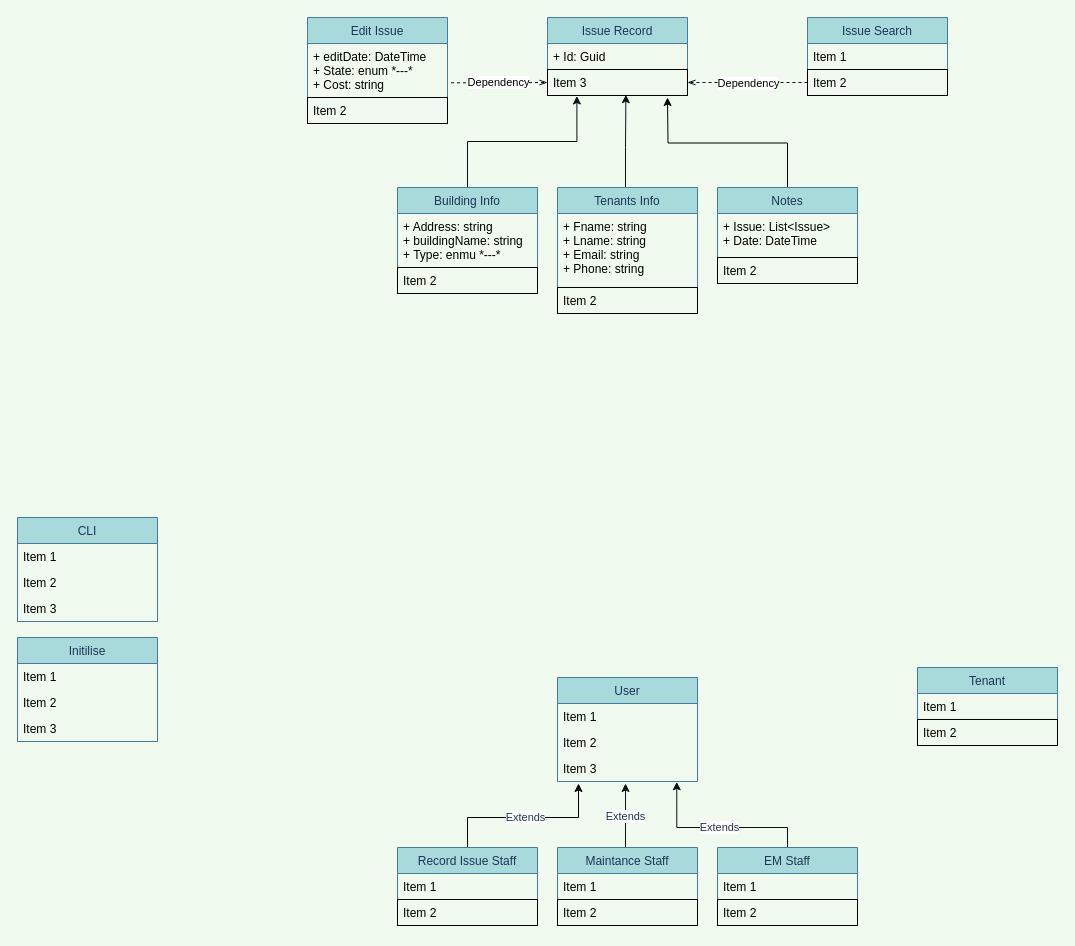
KAL17002493/BuildingManagement-System keeps this draw.io diagram as OtherStuff/ClassDiagram.drawio. Above is the earlier version. Source tidied: cells renumbered, new cells numbered last; positions are measured from the earlier drawing's top-left corner, leaving out a move shared by most shapes. Both pictures are drawn from the tidied source at 100%, with x=0, y=0 at pixel (17, 17).
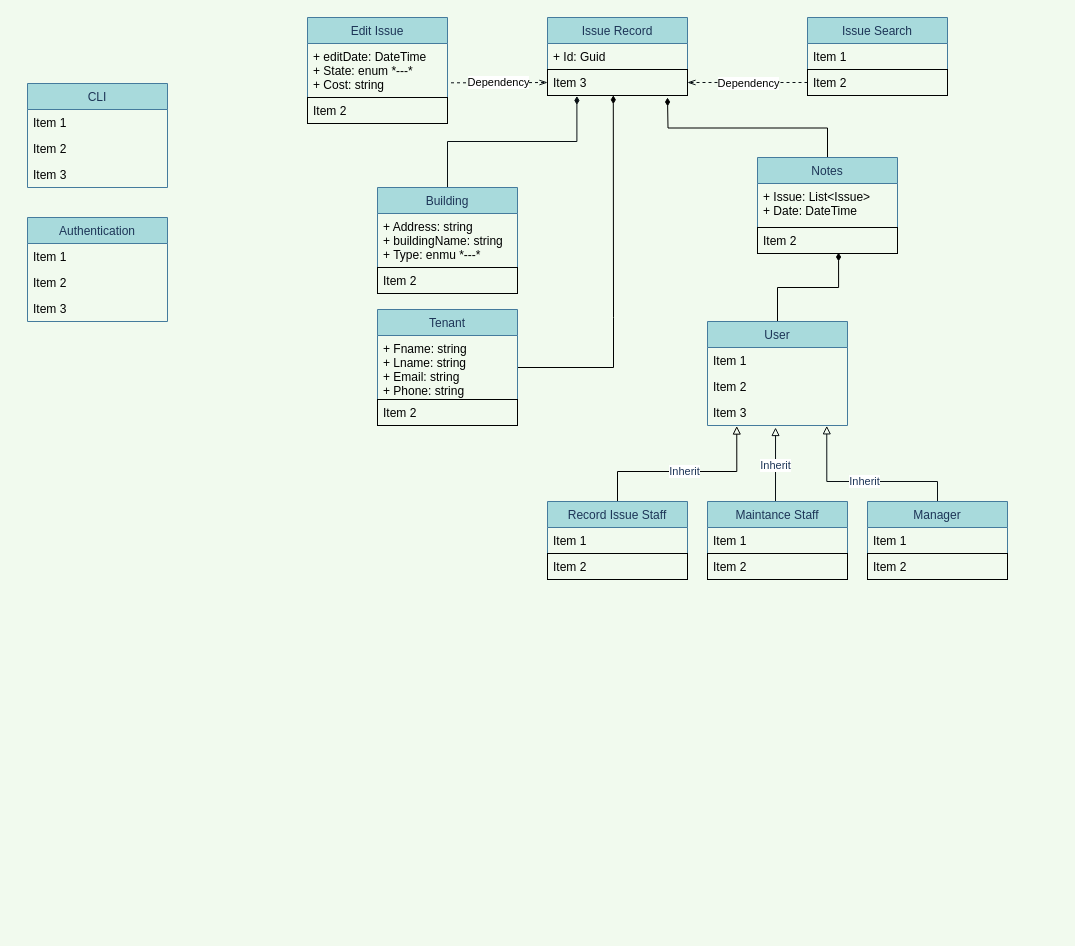
The same page after the edit.

Unchanged cells that the change refers to:
```xml
<mxCell id="20" value="Item 3" style="text;strokeColor=none;fillColor=none;align=left;verticalAlign=top;spacingLeft=4;spacingRight=4;overflow=hidden;points=[[0,0.5],[1,0.5]];portConstraint=eastwest;" parent="17" vertex="1">
  <mxGeometry y="78" width="140" height="26" as="geometry" />
</mxCell>
<mxCell id="23" value="Item 3" style="text;fillColor=none;align=left;verticalAlign=top;spacingLeft=4;spacingRight=4;overflow=hidden;points=[[0,0.5],[1,0.5]];portConstraint=eastwest;strokeColor=#000000;" parent="21" vertex="1">
  <mxGeometry y="52" width="140" height="26" as="geometry" />
</mxCell>
<mxCell id="42" value="Item 2" style="text;fillColor=none;align=left;verticalAlign=top;spacingLeft=4;spacingRight=4;overflow=hidden;points=[[0,0.5],[1,0.5]];portConstraint=eastwest;strokeColor=#000000;" parent="40" vertex="1">
  <mxGeometry y="70" width="140" height="26" as="geometry" />
</mxCell>
```

The edit, as a diff of the source:
```diff
@@
-    <mxCell id="2" value="Extends" style="edgeStyle=orthogonalEdgeStyle;rounded=0;sketch=0;jettySize=auto;html=1;exitX=0.5;exitY=0;exitDx=0;exitDy=0;fontColor=#1D3557;fillColor=#A8DADC;" parent="1" edge="1" source="3">
+    <mxCell id="2" value="Inherit" style="edgeStyle=orthogonalEdgeStyle;rounded=0;sketch=0;jettySize=auto;html=1;exitX=0.5;exitY=0;exitDx=0;exitDy=0;fontColor=#1D3557;fillColor=#A8DADC;entryX=0.209;entryY=1.021;entryDx=0;entryDy=0;entryPerimeter=0;endArrow=block;endFill=0;" parent="1" edge="1" source="3" target="20">
       <mxGeometry relative="1" as="geometry">
-        <mxPoint x="561" y="766" as="targetPoint" />
         <Array as="points">
-          <mxPoint x="450" y="800" />
-          <mxPoint x="561" y="800" />
+          <mxPoint x="600" y="454" />
+          <mxPoint x="719" y="454" />
         </Array>
       </mxGeometry>
     </mxCell>
     <mxCell id="3" value="Record Issue Staff" style="swimlane;fontStyle=0;horizontal=1;startSize=26;rounded=0;sketch=0;fontColor=#1D3557;strokeColor=#457B9D;fillColor=#A8DADC;" parent="1" vertex="1">
-      <mxGeometry x="380" y="830" width="140" height="78" as="geometry" />
+      <mxGeometry x="530" y="484" width="140" height="78" as="geometry" />
     </mxCell>
@@
-    <mxCell id="6" value="Extends" style="edgeStyle=orthogonalEdgeStyle;rounded=0;sketch=0;jettySize=auto;html=1;exitX=0.5;exitY=0;exitDx=0;exitDy=0;entryX=0.486;entryY=1.077;entryDx=0;entryDy=0;entryPerimeter=0;fontColor=#1D3557;fillColor=#A8DADC;strokeColor=#091014;" parent="1" edge="1" source="7" target="20">
+    <mxCell id="6" value="Inherit" style="edgeStyle=orthogonalEdgeStyle;rounded=0;sketch=0;jettySize=auto;html=1;exitX=0.5;exitY=0;exitDx=0;exitDy=0;entryX=0.486;entryY=1.077;entryDx=0;entryDy=0;entryPerimeter=0;fontColor=#1D3557;fillColor=#A8DADC;strokeColor=#091014;endArrow=block;endFill=0;" parent="1" edge="1" source="7" target="20">
       <mxGeometry relative="1" as="geometry">
         <Array as="points">
-          <mxPoint x="608" y="830" />
+          <mxPoint x="758" y="484" />
         </Array>
       </mxGeometry>
     </mxCell>
     <mxCell id="7" value="Maintance Staff" style="swimlane;fontStyle=0;horizontal=1;startSize=26;rounded=0;sketch=0;fontColor=#1D3557;strokeColor=#457B9D;fillColor=#A8DADC;" parent="1" vertex="1">
-      <mxGeometry x="540" y="830" width="140" height="78" as="geometry" />
+      <mxGeometry x="690" y="484" width="140" height="78" as="geometry" />
     </mxCell>
@@
-    <mxCell id="10" value="Extends" style="edgeStyle=orthogonalEdgeStyle;rounded=0;sketch=0;jettySize=auto;html=1;exitX=0.5;exitY=0;exitDx=0;exitDy=0;fontColor=#1D3557;fillColor=#A8DADC;strokeColor=#091014;entryX=0.852;entryY=1.013;entryDx=0;entryDy=0;entryPerimeter=0;" parent="1" edge="1" source="11" target="20">
+    <mxCell id="10" value="Inherit" style="edgeStyle=orthogonalEdgeStyle;rounded=0;sketch=0;jettySize=auto;html=1;exitX=0.5;exitY=0;exitDx=0;exitDy=0;fontColor=#1D3557;fillColor=#A8DADC;strokeColor=#091014;entryX=0.852;entryY=1.013;entryDx=0;entryDy=0;entryPerimeter=0;endArrow=block;endFill=0;" parent="1" edge="1" source="11" target="20">
       <mxGeometry relative="1" as="geometry">
         <Array as="points">
-          <mxPoint x="770" y="810" />
-          <mxPoint x="659" y="810" />
+          <mxPoint x="920" y="464" />
+          <mxPoint x="809" y="464" />
         </Array>
       </mxGeometry>
     </mxCell>
-    <mxCell id="11" value="EM Staff" style="swimlane;fontStyle=0;horizontal=1;startSize=26;rounded=0;sketch=0;fontColor=#1D3557;strokeColor=#457B9D;fillColor=#A8DADC;" parent="1" vertex="1">
-      <mxGeometry x="700" y="830" width="140" height="78" as="geometry" />
+    <mxCell id="11" value="Manager" style="swimlane;fontStyle=0;horizontal=1;startSize=26;rounded=0;sketch=0;fontColor=#1D3557;strokeColor=#457B9D;fillColor=#A8DADC;" parent="1" vertex="1">
+      <mxGeometry x="850" y="484" width="140" height="78" as="geometry" />
     </mxCell>
@@
+    <mxCell id="52" style="edgeStyle=orthogonalEdgeStyle;rounded=0;jettySize=auto;html=1;exitX=1;exitY=0.5;exitDx=0;exitDy=0;entryX=0.47;entryY=0.991;entryDx=0;entryDy=0;entryPerimeter=0;endArrow=diamondThin;endFill=1;" parent="1" edge="1" source="15" target="23">
+      <mxGeometry relative="1" as="geometry">
+        <Array as="points">
+          <mxPoint x="596" y="350" />
+          <mxPoint x="596" y="300" />
+        </Array>
+      </mxGeometry>
+    </mxCell>
     <mxCell id="14" value="Tenant" style="swimlane;fontStyle=0;horizontal=1;startSize=26;rounded=0;sketch=0;fontColor=#1D3557;strokeColor=#457B9D;fillColor=#A8DADC;" parent="1" vertex="1">
-      <mxGeometry x="900" y="650" width="140" height="78" as="geometry" />
+      <mxGeometry x="360" y="292" width="140" height="116" as="geometry" />
     </mxCell>
-    <mxCell id="15" value="Item 1" style="text;strokeColor=none;fillColor=none;align=left;verticalAlign=top;spacingLeft=4;spacingRight=4;overflow=hidden;points=[[0,0.5],[1,0.5]];portConstraint=eastwest;" parent="14" vertex="1">
-      <mxGeometry y="26" width="140" height="26" as="geometry" />
+    <mxCell id="15" value="+ Fname: string&#10;+ Lname: string&#10;+ Email: string&#10;+ Phone: string" style="text;strokeColor=none;fillColor=none;align=left;verticalAlign=top;spacingLeft=4;spacingRight=4;overflow=hidden;points=[[0,0.5],[1,0.5]];portConstraint=eastwest;" parent="14" vertex="1">
+      <mxGeometry y="26" width="140" height="64" as="geometry" />
     </mxCell>
     <mxCell id="16" value="Item 2" style="text;fillColor=none;align=left;verticalAlign=top;spacingLeft=4;spacingRight=4;overflow=hidden;strokeColor=#000000;" parent="14" vertex="1">
-      <mxGeometry y="52" width="140" height="26" as="geometry" />
+      <mxGeometry y="90" width="140" height="26" as="geometry" />
     </mxCell>
+    <mxCell id="53" style="edgeStyle=orthogonalEdgeStyle;rounded=0;jettySize=auto;html=1;exitX=0.5;exitY=0;exitDx=0;exitDy=0;entryX=0.579;entryY=0.962;entryDx=0;entryDy=0;entryPerimeter=0;endArrow=diamondThin;endFill=1;" parent="1" edge="1" source="17" target="42">
+      <mxGeometry relative="1" as="geometry" />
+    </mxCell>
     <mxCell id="17" value="User" style="swimlane;fontStyle=0;horizontal=1;startSize=26;rounded=0;sketch=0;fontColor=#1D3557;strokeColor=#457B9D;fillColor=#A8DADC;" parent="1" vertex="1">
-      <mxGeometry x="540" y="660" width="140" height="104" as="geometry" />
+      <mxGeometry x="690" y="304" width="140" height="104" as="geometry" />
     </mxCell>
@@
-    <mxCell id="27" style="edgeStyle=orthogonalEdgeStyle;rounded=0;sketch=0;jettySize=auto;html=1;exitX=0.5;exitY=0;exitDx=0;exitDy=0;shadow=0;strokeColor=#091014;entryX=0.56;entryY=0.97;entryDx=0;entryDy=0;entryPerimeter=0;" parent="1" edge="1" source="28" target="23">
-      <mxGeometry relative="1" as="geometry">
-        <Array as="points">
-          <mxPoint x="608" y="170" />
-          <mxPoint x="608" y="130" />
-          <mxPoint x="608" y="130" />
-        </Array>
-      </mxGeometry>
-    </mxCell>
-    <mxCell id="28" value="Tenants Info" style="swimlane;fontStyle=0;horizontal=1;startSize=26;rounded=0;sketch=0;fontColor=#1D3557;strokeColor=#457B9D;fillColor=#A8DADC;" parent="1" vertex="1">
-      <mxGeometry x="540" y="170" width="140" height="126" as="geometry" />
-    </mxCell>
-    <mxCell id="29" value="+ Fname: string&#10;+ Lname: string&#10;+ Email: string&#10;+ Phone: string" style="text;strokeColor=none;fillColor=none;align=left;verticalAlign=top;spacingLeft=4;spacingRight=4;overflow=hidden;" parent="28" vertex="1">
-      <mxGeometry y="26" width="140" height="74" as="geometry" />
-    </mxCell>
-    <mxCell id="30" value="Item 2" style="text;fillColor=none;align=left;verticalAlign=top;spacingLeft=4;spacingRight=4;overflow=hidden;strokeColor=#000000;" parent="28" vertex="1">
-      <mxGeometry y="100" width="140" height="26" as="geometry" />
-    </mxCell>
     <mxCell id="31" value="CLI" style="swimlane;fontStyle=0;horizontal=1;startSize=26;rounded=0;sketch=0;fontColor=#1D3557;strokeColor=#457B9D;fillColor=#A8DADC;" parent="1" vertex="1">
-      <mxGeometry y="500" width="140" height="104" as="geometry" />
+      <mxGeometry x="10" y="66" width="140" height="104" as="geometry" />
     </mxCell>
@@
-    <mxCell id="35" value="Initilise" style="swimlane;fontStyle=0;horizontal=1;startSize=26;rounded=0;sketch=0;fontColor=#1D3557;strokeColor=#457B9D;fillColor=#A8DADC;" parent="1" vertex="1">
-      <mxGeometry y="620" width="140" height="104" as="geometry" />
-    </mxCell>
-    <mxCell id="36" value="Item 1" style="text;strokeColor=none;fillColor=none;align=left;verticalAlign=top;spacingLeft=4;spacingRight=4;overflow=hidden;" parent="35" vertex="1">
-      <mxGeometry y="26" width="140" height="26" as="geometry" />
-    </mxCell>
-    <mxCell id="37" value="Item 2" style="text;strokeColor=none;fillColor=none;align=left;verticalAlign=top;spacingLeft=4;spacingRight=4;overflow=hidden;" parent="35" vertex="1">
-      <mxGeometry y="52" width="140" height="26" as="geometry" />
-    </mxCell>
-    <mxCell id="38" value="Item 3" style="text;strokeColor=none;fillColor=none;align=left;verticalAlign=top;spacingLeft=4;spacingRight=4;overflow=hidden;" parent="35" vertex="1">
-      <mxGeometry y="78" width="140" height="26" as="geometry" />
-    </mxCell>
-    <mxCell id="39" style="edgeStyle=orthogonalEdgeStyle;rounded=0;jettySize=auto;html=1;exitX=0.5;exitY=0;exitDx=0;exitDy=0;shadow=0;sketch=0;" parent="1" edge="1" source="40">
+    <mxCell id="39" style="edgeStyle=orthogonalEdgeStyle;rounded=0;jettySize=auto;html=1;exitX=0.5;exitY=0;exitDx=0;exitDy=0;shadow=0;sketch=0;endArrow=diamondThin;endFill=1;" parent="1" edge="1" source="40">
       <mxGeometry relative="1" as="geometry">
         <mxPoint x="650" y="80" as="targetPoint" />
       </mxGeometry>
     </mxCell>
     <mxCell id="40" value="Notes" style="swimlane;fontStyle=0;horizontal=1;startSize=26;rounded=0;sketch=0;fontColor=#1D3557;strokeColor=#457B9D;fillColor=#A8DADC;" parent="1" vertex="1">
-      <mxGeometry x="700" y="170" width="140" height="96" as="geometry" />
+      <mxGeometry x="740" y="140" width="140" height="96" as="geometry" />
     </mxCell>
@@
-    <mxCell id="48" style="edgeStyle=orthogonalEdgeStyle;rounded=0;sketch=0;jettySize=auto;html=1;exitX=0.5;exitY=0;exitDx=0;exitDy=0;entryX=0.21;entryY=1.019;entryDx=0;entryDy=0;entryPerimeter=0;shadow=0;endArrow=classic;endFill=1;strokeColor=#091014;" parent="1" edge="1" source="49" target="23">
+    <mxCell id="48" style="edgeStyle=orthogonalEdgeStyle;rounded=0;sketch=0;jettySize=auto;html=1;exitX=0.5;exitY=0;exitDx=0;exitDy=0;entryX=0.21;entryY=1.019;entryDx=0;entryDy=0;entryPerimeter=0;shadow=0;endArrow=diamondThin;endFill=1;strokeColor=#091014;" parent="1" edge="1" source="49" target="23">
       <mxGeometry relative="1" as="geometry" />
     </mxCell>
-    <mxCell id="49" value="Building Info" style="swimlane;fontStyle=0;horizontal=1;startSize=26;rounded=0;sketch=0;fontColor=#1D3557;strokeColor=#457B9D;fillColor=#A8DADC;" parent="1" vertex="1">
-      <mxGeometry x="380" y="170" width="140" height="106" as="geometry" />
+    <mxCell id="49" value="Building" style="swimlane;fontStyle=0;horizontal=1;startSize=26;rounded=0;sketch=0;fontColor=#1D3557;strokeColor=#457B9D;fillColor=#A8DADC;" parent="1" vertex="1">
+      <mxGeometry x="360" y="170" width="140" height="106" as="geometry" />
     </mxCell>
@@
+    <mxCell id="54" value="Authentication" style="swimlane;fontStyle=0;horizontal=1;startSize=26;rounded=0;sketch=0;fontColor=#1D3557;strokeColor=#457B9D;fillColor=#A8DADC;" parent="1" vertex="1">
+      <mxGeometry x="10" y="200" width="140" height="104" as="geometry" />
+    </mxCell>
+    <mxCell id="36" value="Item 1" style="text;strokeColor=none;fillColor=none;align=left;verticalAlign=top;spacingLeft=4;spacingRight=4;overflow=hidden;" parent="54" vertex="1">
+      <mxGeometry y="26" width="140" height="26" as="geometry" />
+    </mxCell>
+    <mxCell id="37" value="Item 2" style="text;strokeColor=none;fillColor=none;align=left;verticalAlign=top;spacingLeft=4;spacingRight=4;overflow=hidden;" parent="54" vertex="1">
+      <mxGeometry y="52" width="140" height="26" as="geometry" />
+    </mxCell>
+    <mxCell id="38" value="Item 3" style="text;strokeColor=none;fillColor=none;align=left;verticalAlign=top;spacingLeft=4;spacingRight=4;overflow=hidden;" parent="54" vertex="1">
+      <mxGeometry y="78" width="140" height="26" as="geometry" />
+    </mxCell>
```
